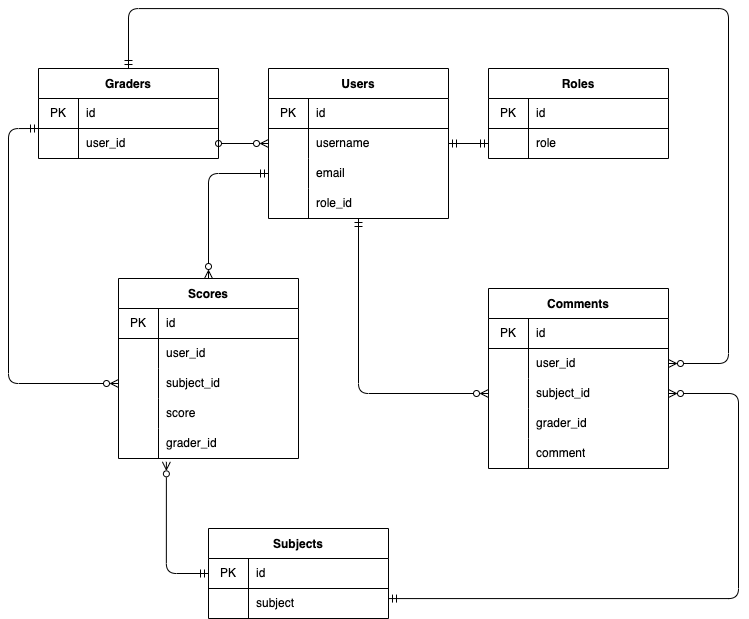
cedrictarou/db-design keeps this draw.io diagram as kadai.drawio.png. Above is the earlier version. Source tidied: cells renumbered, new cells last; positions are measured from the earlier drawing's top-left corner, leaving out a move shared by most shapes.
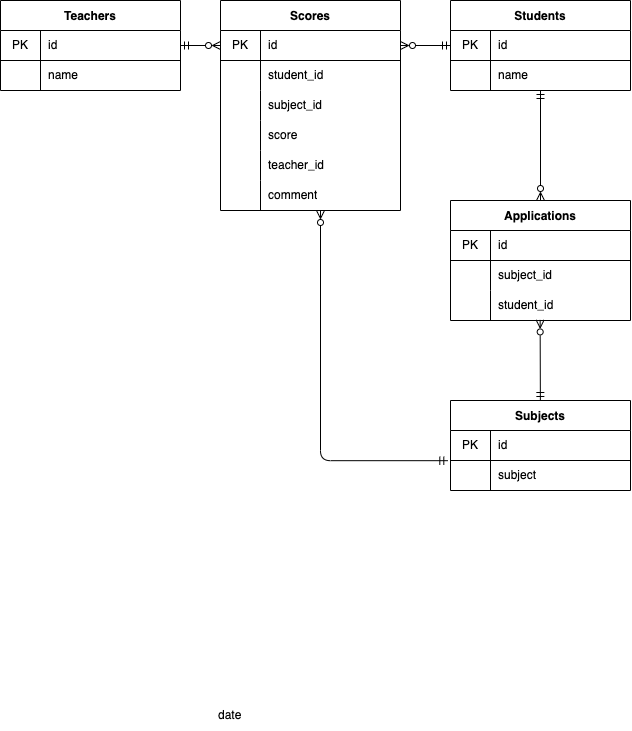
After the commit.

Commit message:
テーブルを統合し新しく申し込みテーブルを作りました。

What changed in the source:
```diff
@@ -2,82 +2,11 @@
   <root>
     <mxCell id="0" />
     <mxCell id="1" parent="0" />
-    <mxCell id="2" style="html=1;entryX=0;entryY=0.5;entryDx=0;entryDy=0;startArrow=ERmandOne;startFill=0;endArrow=ERmandOne;endFill=0;" parent="1" edge="1" source="4" target="21">
-      <mxGeometry relative="1" as="geometry" />
-    </mxCell>
-    <mxCell id="3" style="edgeStyle=orthogonalEdgeStyle;html=1;entryX=0;entryY=0.5;entryDx=0;entryDy=0;startArrow=ERmandOne;startFill=0;endArrow=ERzeroToMany;endFill=0;" parent="1" edge="1" source="4" target="55">
-      <mxGeometry relative="1" as="geometry" />
-    </mxCell>
-    <mxCell id="4" value="Users" style="shape=table;startSize=30;rowLines=0;fontStyle=1;align=center;" parent="1" vertex="1">
-      <mxGeometry x="260" y="60" width="180" height="150" as="geometry" />
-    </mxCell>
-    <mxCell id="5" style="shape=partialRectangle;html=1;whiteSpace=wrap;fillColor=none;top=0;left=0;bottom=1;right=0;" parent="4" vertex="1">
-      <mxGeometry y="30" width="180" height="30" as="geometry" />
-    </mxCell>
-    <mxCell id="6" value="PK" style="shape=partialRectangle;html=1;whiteSpace=wrap;fillColor=none;top=0;left=0;bottom=0;right=0;overflow=hidden;" parent="5" vertex="1">
-      <mxGeometry width="40" height="30" as="geometry" />
-    </mxCell>
-    <mxCell id="7" value="id" style="shape=partialRectangle;html=1;whiteSpace=wrap;fillColor=none;top=0;left=0;bottom=0;right=0;align=left;spacingLeft=6;overflow=hidden;" parent="5" vertex="1">
-      <mxGeometry x="40" width="140" height="30" as="geometry" />
-    </mxCell>
-    <mxCell id="8" style="shape=partialRectangle;html=1;whiteSpace=wrap;fillColor=none;top=0;left=0;bottom=0;right=0;points=[[0,0.5],[1,0.5]];portConstraint=eastwest;" parent="4" vertex="1">
-      <mxGeometry y="60" width="180" height="30" as="geometry" />
-    </mxCell>
-    <mxCell id="9" style="shape=partialRectangle;html=1;whiteSpace=wrap;fillColor=none;top=0;left=0;bottom=0;right=0;overflow=hidden;" parent="8" vertex="1">
-      <mxGeometry width="40" height="30" as="geometry" />
-    </mxCell>
-    <mxCell id="10" value="username" style="shape=partialRectangle;html=1;whiteSpace=wrap;fillColor=none;top=0;left=0;bottom=0;right=0;align=left;spacingLeft=6;overflow=hidden;" parent="8" vertex="1">
-      <mxGeometry x="40" width="140" height="30" as="geometry" />
-    </mxCell>
-    <mxCell id="11" style="shape=partialRectangle;html=1;whiteSpace=wrap;fillColor=none;top=0;left=0;bottom=0;right=0;points=[[0,0.5],[1,0.5]];portConstraint=eastwest;" parent="4" vertex="1">
-      <mxGeometry y="90" width="180" height="30" as="geometry" />
-    </mxCell>
-    <mxCell id="12" style="shape=partialRectangle;html=1;whiteSpace=wrap;fillColor=none;top=0;left=0;bottom=0;right=0;overflow=hidden;" parent="11" vertex="1">
-      <mxGeometry width="40" height="30" as="geometry" />
-    </mxCell>
-    <mxCell id="13" value="email" style="shape=partialRectangle;html=1;whiteSpace=wrap;fillColor=none;top=0;left=0;bottom=0;right=0;align=left;spacingLeft=6;overflow=hidden;" parent="11" vertex="1">
-      <mxGeometry x="40" width="140" height="30" as="geometry" />
-    </mxCell>
-    <mxCell id="14" style="shape=partialRectangle;html=1;whiteSpace=wrap;fillColor=none;top=0;left=0;bottom=0;right=0;" parent="4" vertex="1">
-      <mxGeometry y="120" width="180" height="30" as="geometry" />
-    </mxCell>
-    <mxCell id="15" style="shape=partialRectangle;html=1;whiteSpace=wrap;fillColor=none;top=0;left=0;bottom=0;right=0;overflow=hidden;" parent="14" vertex="1">
-      <mxGeometry width="40" height="30" as="geometry" />
-    </mxCell>
-    <mxCell id="16" value="role_id" style="shape=partialRectangle;html=1;whiteSpace=wrap;fillColor=none;top=0;left=0;bottom=0;right=0;align=left;spacingLeft=6;overflow=hidden;" parent="14" vertex="1">
-      <mxGeometry x="40" width="140" height="30" as="geometry" />
-    </mxCell>
-    <mxCell id="17" value="Roles" style="shape=table;startSize=30;rowLines=0;fontStyle=1;align=center;" parent="1" vertex="1">
-      <mxGeometry x="480" y="60" width="180" height="90" as="geometry" />
-    </mxCell>
-    <mxCell id="18" style="shape=partialRectangle;html=1;whiteSpace=wrap;fillColor=none;top=0;left=0;bottom=1;right=0;" parent="17" vertex="1">
-      <mxGeometry y="30" width="180" height="30" as="geometry" />
-    </mxCell>
-    <mxCell id="19" value="PK" style="shape=partialRectangle;html=1;whiteSpace=wrap;fillColor=none;top=0;left=0;bottom=0;right=0;overflow=hidden;" parent="18" vertex="1">
-      <mxGeometry width="40" height="30" as="geometry" />
-    </mxCell>
-    <mxCell id="20" value="id" style="shape=partialRectangle;html=1;whiteSpace=wrap;fillColor=none;top=0;left=0;bottom=0;right=0;align=left;spacingLeft=6;overflow=hidden;" parent="18" vertex="1">
-      <mxGeometry x="40" width="140" height="30" as="geometry" />
-    </mxCell>
-    <mxCell id="21" style="shape=partialRectangle;html=1;whiteSpace=wrap;fillColor=none;top=0;left=0;bottom=0;right=0;points=[[0,0.5],[1,0.5]];portConstraint=eastwest;" parent="17" vertex="1">
-      <mxGeometry y="60" width="180" height="30" as="geometry" />
-    </mxCell>
-    <mxCell id="22" style="shape=partialRectangle;html=1;whiteSpace=wrap;fillColor=none;top=0;left=0;bottom=0;right=0;overflow=hidden;" parent="21" vertex="1">
-      <mxGeometry width="40" height="30" as="geometry" />
-    </mxCell>
-    <mxCell id="23" value="role" style="shape=partialRectangle;html=1;whiteSpace=wrap;fillColor=none;top=0;left=0;bottom=0;right=0;align=left;spacingLeft=6;overflow=hidden;" parent="21" vertex="1">
-      <mxGeometry x="40" width="140" height="30" as="geometry" />
-    </mxCell>
-    <mxCell id="24" style="edgeStyle=orthogonalEdgeStyle;html=1;startArrow=ERmandOne;startFill=0;endArrow=ERzeroToMany;endFill=0;entryX=1;entryY=0.5;entryDx=0;entryDy=0;" parent="1" edge="1" source="25" target="55">
-      <mxGeometry relative="1" as="geometry">
-        <Array as="points">
-          <mxPoint x="730" y="590" />
-          <mxPoint x="730" y="385" />
-        </Array>
-      </mxGeometry>
-    </mxCell>
+    <mxCell id="76" style="edgeStyle=none;html=1;entryX=0.498;entryY=0.981;entryDx=0;entryDy=0;entryPerimeter=0;startArrow=ERmandOne;startFill=0;endArrow=ERzeroToMany;endFill=0;" parent="1" edge="1" source="25" target="85">
+      <mxGeometry relative="1" as="geometry" />
+    </mxCell>
     <mxCell id="25" value="Subjects" style="shape=table;startSize=30;rowLines=0;fontStyle=1;align=center;" parent="1" vertex="1">
-      <mxGeometry x="200" y="520" width="180" height="90" as="geometry" />
+      <mxGeometry x="480" y="460" width="180" height="90" as="geometry" />
     </mxCell>
     <mxCell id="26" style="shape=partialRectangle;html=1;whiteSpace=wrap;fillColor=none;top=0;left=0;bottom=1;right=0;points=[[0,0.5],[1,0.5]];portConstraint=eastwest;" parent="25" vertex="1">
       <mxGeometry y="30" width="180" height="30" as="geometry" />
@@ -98,7 +27,7 @@
       <mxGeometry x="40" width="140" height="30" as="geometry" />
     </mxCell>
     <mxCell id="32" value="Scores" style="shape=table;startSize=30;rowLines=0;fontStyle=1;align=center;" parent="1" vertex="1">
-      <mxGeometry x="110" y="270" width="180" height="180" as="geometry" />
+      <mxGeometry x="250" y="60" width="180" height="210" as="geometry" />
     </mxCell>
     <mxCell id="33" style="shape=partialRectangle;html=1;whiteSpace=wrap;fillColor=none;top=0;left=0;bottom=1;right=0;points=[[0,0.5],[1,0.5]];portConstraint=eastwest;" parent="32" vertex="1">
       <mxGeometry y="30" width="180" height="30" as="geometry" />
@@ -115,7 +44,7 @@
     <mxCell id="37" style="shape=partialRectangle;html=1;whiteSpace=wrap;fillColor=none;top=0;left=0;bottom=0;right=0;overflow=hidden;" parent="36" vertex="1">
       <mxGeometry width="40" height="30" as="geometry" />
     </mxCell>
-    <mxCell id="38" value="user_id" style="shape=partialRectangle;html=1;whiteSpace=wrap;fillColor=none;top=0;left=0;bottom=0;right=0;align=left;spacingLeft=6;overflow=hidden;" parent="36" vertex="1">
+    <mxCell id="38" value="student_id" style="shape=partialRectangle;html=1;whiteSpace=wrap;fillColor=none;top=0;left=0;bottom=0;right=0;align=left;spacingLeft=6;overflow=hidden;" parent="36" vertex="1">
       <mxGeometry x="40" width="140" height="30" as="geometry" />
     </mxCell>
     <mxCell id="39" style="shape=partialRectangle;html=1;whiteSpace=wrap;fillColor=none;top=0;left=0;bottom=0;right=0;points=[[0,0.5],[1,0.5]];portConstraint=eastwest;" parent="32" vertex="1">
@@ -142,74 +71,28 @@
     <mxCell id="46" style="shape=partialRectangle;html=1;whiteSpace=wrap;fillColor=none;top=0;left=0;bottom=0;right=0;overflow=hidden;" parent="45" vertex="1">
       <mxGeometry width="40" height="30" as="geometry" />
     </mxCell>
-    <mxCell id="47" value="grader_id" style="shape=partialRectangle;html=1;whiteSpace=wrap;fillColor=none;top=0;left=0;bottom=0;right=0;align=left;spacingLeft=6;overflow=hidden;" parent="45" vertex="1">
+    <mxCell id="47" value="teacher_id" style="shape=partialRectangle;html=1;whiteSpace=wrap;fillColor=none;top=0;left=0;bottom=0;right=0;align=left;spacingLeft=6;overflow=hidden;" parent="45" vertex="1">
       <mxGeometry x="40" width="140" height="30" as="geometry" />
     </mxCell>
-    <mxCell id="48" value="Comments" style="shape=table;startSize=30;rowLines=0;fontStyle=1;align=center;" parent="1" vertex="1">
-      <mxGeometry x="480" y="280" width="180" height="180" as="geometry" />
-    </mxCell>
-    <mxCell id="49" style="shape=partialRectangle;html=1;whiteSpace=wrap;fillColor=none;top=0;left=0;bottom=1;right=0;" parent="48" vertex="1">
-      <mxGeometry y="30" width="180" height="30" as="geometry" />
-    </mxCell>
-    <mxCell id="50" value="PK" style="shape=partialRectangle;html=1;whiteSpace=wrap;fillColor=none;top=0;left=0;bottom=0;right=0;overflow=hidden;" parent="49" vertex="1">
-      <mxGeometry width="40" height="30" as="geometry" />
-    </mxCell>
-    <mxCell id="51" value="id" style="shape=partialRectangle;html=1;whiteSpace=wrap;fillColor=none;top=0;left=0;bottom=0;right=0;align=left;spacingLeft=6;overflow=hidden;" parent="49" vertex="1">
-      <mxGeometry x="40" width="140" height="30" as="geometry" />
-    </mxCell>
-    <mxCell id="52" style="shape=partialRectangle;html=1;whiteSpace=wrap;fillColor=none;top=0;left=0;bottom=0;right=0;points=[[0,0.5],[1,0.5]];portConstraint=eastwest;" parent="48" vertex="1">
-      <mxGeometry y="60" width="180" height="30" as="geometry" />
-    </mxCell>
-    <mxCell id="53" style="shape=partialRectangle;html=1;whiteSpace=wrap;fillColor=none;top=0;left=0;bottom=0;right=0;overflow=hidden;" parent="52" vertex="1">
-      <mxGeometry width="40" height="30" as="geometry" />
-    </mxCell>
-    <mxCell id="54" value="user_id" style="shape=partialRectangle;html=1;whiteSpace=wrap;fillColor=none;top=0;left=0;bottom=0;right=0;align=left;spacingLeft=6;overflow=hidden;" parent="52" vertex="1">
-      <mxGeometry x="40" width="140" height="30" as="geometry" />
-    </mxCell>
-    <mxCell id="55" style="shape=partialRectangle;html=1;whiteSpace=wrap;fillColor=none;top=0;left=0;bottom=0;right=0;points=[[0,0.5],[1,0.5]];portConstraint=eastwest;" parent="48" vertex="1">
-      <mxGeometry y="90" width="180" height="30" as="geometry" />
-    </mxCell>
-    <mxCell id="56" style="shape=partialRectangle;html=1;whiteSpace=wrap;fillColor=none;top=0;left=0;bottom=0;right=0;overflow=hidden;" parent="55" vertex="1">
-      <mxGeometry width="40" height="30" as="geometry" />
-    </mxCell>
-    <mxCell id="57" value="subject_id" style="shape=partialRectangle;html=1;whiteSpace=wrap;fillColor=none;top=0;left=0;bottom=0;right=0;align=left;spacingLeft=6;overflow=hidden;" parent="55" vertex="1">
-      <mxGeometry x="40" width="140" height="30" as="geometry" />
-    </mxCell>
-    <mxCell id="58" style="shape=partialRectangle;html=1;whiteSpace=wrap;fillColor=none;top=0;left=0;bottom=0;right=0;" parent="48" vertex="1">
-      <mxGeometry y="120" width="180" height="30" as="geometry" />
-    </mxCell>
-    <mxCell id="59" style="shape=partialRectangle;html=1;whiteSpace=wrap;fillColor=none;top=0;left=0;bottom=0;right=0;overflow=hidden;" parent="58" vertex="1">
-      <mxGeometry width="40" height="30" as="geometry" />
-    </mxCell>
-    <mxCell id="60" value="grader_id" style="shape=partialRectangle;html=1;whiteSpace=wrap;fillColor=none;top=0;left=0;bottom=0;right=0;align=left;spacingLeft=6;overflow=hidden;" parent="58" vertex="1">
-      <mxGeometry x="40" width="140" height="30" as="geometry" />
-    </mxCell>
-    <mxCell id="61" style="shape=partialRectangle;html=1;whiteSpace=wrap;fillColor=none;top=0;left=0;bottom=0;right=0;" parent="48" vertex="1">
-      <mxGeometry y="150" width="180" height="30" as="geometry" />
-    </mxCell>
-    <mxCell id="62" style="shape=partialRectangle;html=1;whiteSpace=wrap;fillColor=none;top=0;left=0;bottom=0;right=0;overflow=hidden;" parent="61" vertex="1">
-      <mxGeometry width="40" height="30" as="geometry" />
-    </mxCell>
+    <mxCell id="77" style="shape=partialRectangle;html=1;whiteSpace=wrap;fillColor=none;top=0;left=0;bottom=0;right=0;" parent="32" vertex="1">
+      <mxGeometry y="180" width="180" height="30" as="geometry" />
+    </mxCell>
+    <mxCell id="78" style="shape=partialRectangle;html=1;whiteSpace=wrap;fillColor=none;top=0;left=0;bottom=0;right=0;overflow=hidden;" parent="77" vertex="1">
+      <mxGeometry width="40" height="30" as="geometry" />
+    </mxCell>
-    <mxCell id="63" value="comment" style="shape=partialRectangle;html=1;whiteSpace=wrap;fillColor=none;top=0;left=0;bottom=0;right=0;align=left;spacingLeft=6;overflow=hidden;" parent="61" vertex="1">
+    <mxCell id="63" value="comment" style="shape=partialRectangle;html=1;whiteSpace=wrap;fillColor=none;top=0;left=0;bottom=0;right=0;align=left;spacingLeft=6;overflow=hidden;" parent="77" vertex="1">
       <mxGeometry x="40" width="140" height="30" as="geometry" />
     </mxCell>
-    <mxCell id="64" style="html=1;startArrow=ERmandOne;startFill=0;endArrow=ERzeroToMany;endFill=0;edgeStyle=orthogonalEdgeStyle;entryX=0.266;entryY=1.111;entryDx=0;entryDy=0;entryPerimeter=0;" parent="1" edge="1" source="26" target="45">
+    <mxCell id="64" style="html=1;startArrow=ERmandOne;startFill=0;endArrow=ERzeroToMany;endFill=0;exitX=-0.015;exitY=0.006;exitDx=0;exitDy=0;exitPerimeter=0;edgeStyle=elbowEdgeStyle;" parent="1" edge="1" source="29">
       <mxGeometry relative="1" as="geometry">
+        <mxPoint x="350" y="270" as="targetPoint" />
         <Array as="points">
-          <mxPoint x="158" y="565" />
+          <mxPoint x="350" y="480" />
+          <mxPoint x="220" y="520" />
         </Array>
       </mxGeometry>
     </mxCell>
-    <mxCell id="65" style="edgeStyle=orthogonalEdgeStyle;html=1;entryX=1;entryY=0.5;entryDx=0;entryDy=0;startArrow=ERmandOne;startFill=0;endArrow=ERzeroToMany;endFill=0;strokeColor=default;" parent="1" edge="1" source="66" target="52">
-      <mxGeometry relative="1" as="geometry">
-        <Array as="points">
-          <mxPoint x="120" />
-          <mxPoint x="720" />
-          <mxPoint x="720" y="355" />
-        </Array>
-      </mxGeometry>
-    </mxCell>
-    <mxCell id="66" value="Graders" style="shape=table;startSize=30;rowLines=0;fontStyle=1;align=center;" parent="1" vertex="1">
+    <mxCell id="66" value="Teachers" style="shape=table;startSize=30;rowLines=0;fontStyle=1;align=center;" parent="1" vertex="1">
       <mxGeometry x="30" y="60" width="180" height="90" as="geometry" />
     </mxCell>
     <mxCell id="67" style="shape=partialRectangle;html=1;whiteSpace=wrap;fillColor=none;top=0;left=0;bottom=1;right=0;points=[[0,0.5],[1,0.5]];portConstraint=eastwest;" parent="66" vertex="1">
@@ -227,22 +110,77 @@
     <mxCell id="71" style="shape=partialRectangle;html=1;whiteSpace=wrap;fillColor=none;top=0;left=0;bottom=0;right=0;overflow=hidden;" parent="70" vertex="1">
       <mxGeometry width="40" height="30" as="geometry" />
     </mxCell>
-    <mxCell id="72" value="user_id" style="shape=partialRectangle;html=1;whiteSpace=wrap;fillColor=none;top=0;left=0;bottom=0;right=0;align=left;spacingLeft=6;overflow=hidden;" parent="70" vertex="1">
+    <mxCell id="72" value="name" style="shape=partialRectangle;html=1;whiteSpace=wrap;fillColor=none;top=0;left=0;bottom=0;right=0;align=left;spacingLeft=6;overflow=hidden;" parent="70" vertex="1">
       <mxGeometry x="40" width="140" height="30" as="geometry" />
     </mxCell>
-    <mxCell id="73" style="edgeStyle=orthogonalEdgeStyle;html=1;entryX=0;entryY=0.5;entryDx=0;entryDy=0;startArrow=oval;startFill=0;endArrow=ERzeroToMany;endFill=0;strokeColor=default;" parent="1" edge="1" source="70" target="8">
-      <mxGeometry relative="1" as="geometry" />
-    </mxCell>
-    <mxCell id="74" style="edgeStyle=orthogonalEdgeStyle;html=1;startArrow=ERmandOne;startFill=0;endArrow=ERzeroToMany;endFill=0;strokeColor=default;entryX=0;entryY=0.5;entryDx=0;entryDy=0;" parent="1" edge="1" source="67" target="39">
-      <mxGeometry relative="1" as="geometry">
-        <Array as="points">
-          <mxPoint y="120" />
-          <mxPoint y="375" />
-        </Array>
-      </mxGeometry>
+    <mxCell id="74" style="html=1;startArrow=ERmandOne;startFill=0;endArrow=ERzeroToMany;endFill=0;strokeColor=default;entryX=0;entryY=0.5;entryDx=0;entryDy=0;exitX=1;exitY=0.5;exitDx=0;exitDy=0;" parent="1" edge="1" source="67" target="33">
+      <mxGeometry relative="1" as="geometry" />
     </mxCell>
-    <mxCell id="75" style="edgeStyle=orthogonalEdgeStyle;html=1;entryX=0.5;entryY=0;entryDx=0;entryDy=0;startArrow=ERmandOne;startFill=0;endArrow=ERzeroToMany;endFill=0;strokeColor=default;" parent="1" edge="1" source="11" target="32">
-      <mxGeometry relative="1" as="geometry" />
-    </mxCell>
+    <mxCell id="79" value="Applications" style="shape=table;startSize=30;rowLines=0;fontStyle=1;align=center;" parent="1" vertex="1">
+      <mxGeometry x="480" y="260" width="180" height="120" as="geometry" />
+    </mxCell>
+    <mxCell id="80" style="shape=partialRectangle;html=1;whiteSpace=wrap;fillColor=none;top=0;left=0;bottom=1;right=0;" parent="79" vertex="1">
+      <mxGeometry y="30" width="180" height="30" as="geometry" />
+    </mxCell>
+    <mxCell id="81" value="PK" style="shape=partialRectangle;html=1;whiteSpace=wrap;fillColor=none;top=0;left=0;bottom=0;right=0;overflow=hidden;" parent="80" vertex="1">
+      <mxGeometry width="40" height="30" as="geometry" />
+    </mxCell>
+    <mxCell id="82" value="id" style="shape=partialRectangle;html=1;whiteSpace=wrap;fillColor=none;top=0;left=0;bottom=0;right=0;align=left;spacingLeft=6;overflow=hidden;" parent="80" vertex="1">
+      <mxGeometry x="40" width="140" height="30" as="geometry" />
+    </mxCell>
+    <mxCell id="83" style="shape=partialRectangle;html=1;whiteSpace=wrap;fillColor=none;top=0;left=0;bottom=0;right=0;" parent="79" vertex="1">
+      <mxGeometry y="60" width="180" height="30" as="geometry" />
+    </mxCell>
+    <mxCell id="84" style="shape=partialRectangle;html=1;whiteSpace=wrap;fillColor=none;top=0;left=0;bottom=0;right=0;overflow=hidden;" parent="83" vertex="1">
+      <mxGeometry width="40" height="30" as="geometry" />
+    </mxCell>
+    <mxCell id="57" value="subject_id" style="shape=partialRectangle;html=1;whiteSpace=wrap;fillColor=none;top=0;left=0;bottom=0;right=0;align=left;spacingLeft=6;overflow=hidden;" parent="83" vertex="1">
+      <mxGeometry x="40" width="140" height="30" as="geometry" />
+    </mxCell>
+    <mxCell id="85" style="shape=partialRectangle;html=1;whiteSpace=wrap;fillColor=none;top=0;left=0;bottom=0;right=0;points=[[0,0.5],[1,0.5]];portConstraint=eastwest;" parent="79" vertex="1">
+      <mxGeometry y="90" width="180" height="30" as="geometry" />
+    </mxCell>
+    <mxCell id="86" style="shape=partialRectangle;html=1;whiteSpace=wrap;fillColor=none;top=0;left=0;bottom=0;right=0;overflow=hidden;" parent="85" vertex="1">
+      <mxGeometry width="40" height="30" as="geometry" />
+    </mxCell>
+    <mxCell id="87" value="student_id" style="shape=partialRectangle;html=1;whiteSpace=wrap;fillColor=none;top=0;left=0;bottom=0;right=0;align=left;spacingLeft=6;overflow=hidden;" parent="85" vertex="1">
+      <mxGeometry x="40" width="140" height="30" as="geometry" />
+    </mxCell>
+    <mxCell id="88" style="shape=partialRectangle;html=1;whiteSpace=wrap;fillColor=none;top=0;left=0;bottom=0;right=0;" parent="1" vertex="1">
+      <mxGeometry x="200" y="760" width="180" height="30" as="geometry" />
+    </mxCell>
+    <mxCell id="89" style="shape=partialRectangle;html=1;whiteSpace=wrap;fillColor=none;top=0;left=0;bottom=0;right=0;overflow=hidden;" parent="88" vertex="1">
+      <mxGeometry width="40" height="30" as="geometry" />
+    </mxCell>
+    <mxCell id="90" value="date" style="shape=partialRectangle;html=1;whiteSpace=wrap;fillColor=none;top=0;left=0;bottom=0;right=0;align=left;spacingLeft=6;overflow=hidden;" parent="88" vertex="1">
+      <mxGeometry x="40" width="140" height="30" as="geometry" />
+    </mxCell>
+    <mxCell id="91" style="edgeStyle=none;html=1;entryX=0.5;entryY=0;entryDx=0;entryDy=0;startArrow=ERmandOne;startFill=0;endArrow=ERzeroToMany;endFill=0;" parent="1" edge="1" source="92" target="79">
+      <mxGeometry relative="1" as="geometry" />
+    </mxCell>
+    <mxCell id="92" value="Students" style="shape=table;startSize=30;rowLines=0;fontStyle=1;align=center;" parent="1" vertex="1">
+      <mxGeometry x="480" y="60" width="180" height="90" as="geometry" />
+    </mxCell>
+    <mxCell id="93" style="shape=partialRectangle;html=1;whiteSpace=wrap;fillColor=none;top=0;left=0;bottom=1;right=0;points=[[0,0.5],[1,0.5]];portConstraint=eastwest;" parent="92" vertex="1">
+      <mxGeometry y="30" width="180" height="30" as="geometry" />
+    </mxCell>
+    <mxCell id="94" value="PK" style="shape=partialRectangle;html=1;whiteSpace=wrap;fillColor=none;top=0;left=0;bottom=0;right=0;overflow=hidden;" parent="93" vertex="1">
+      <mxGeometry width="40" height="30" as="geometry" />
+    </mxCell>
+    <mxCell id="95" value="id" style="shape=partialRectangle;html=1;whiteSpace=wrap;fillColor=none;top=0;left=0;bottom=0;right=0;align=left;spacingLeft=6;overflow=hidden;" parent="93" vertex="1">
+      <mxGeometry x="40" width="140" height="30" as="geometry" />
+    </mxCell>
+    <mxCell id="96" style="shape=partialRectangle;html=1;whiteSpace=wrap;fillColor=none;top=0;left=0;bottom=0;right=0;" parent="92" vertex="1">
+      <mxGeometry y="60" width="180" height="30" as="geometry" />
+    </mxCell>
+    <mxCell id="97" style="shape=partialRectangle;html=1;whiteSpace=wrap;fillColor=none;top=0;left=0;bottom=0;right=0;overflow=hidden;" parent="96" vertex="1">
+      <mxGeometry width="40" height="30" as="geometry" />
+    </mxCell>
+    <mxCell id="98" value="name" style="shape=partialRectangle;html=1;whiteSpace=wrap;fillColor=none;top=0;left=0;bottom=0;right=0;align=left;spacingLeft=6;overflow=hidden;" parent="96" vertex="1">
+      <mxGeometry x="40" width="140" height="30" as="geometry" />
+    </mxCell>
+    <mxCell id="99" style="elbow=vertical;html=1;startArrow=ERmandOne;startFill=0;endArrow=ERzeroToMany;endFill=0;entryX=1;entryY=0.5;entryDx=0;entryDy=0;" parent="1" edge="1" source="93" target="33">
+      <mxGeometry relative="1" as="geometry" />
+    </mxCell>
   </root>
 </mxGraphModel>
```
